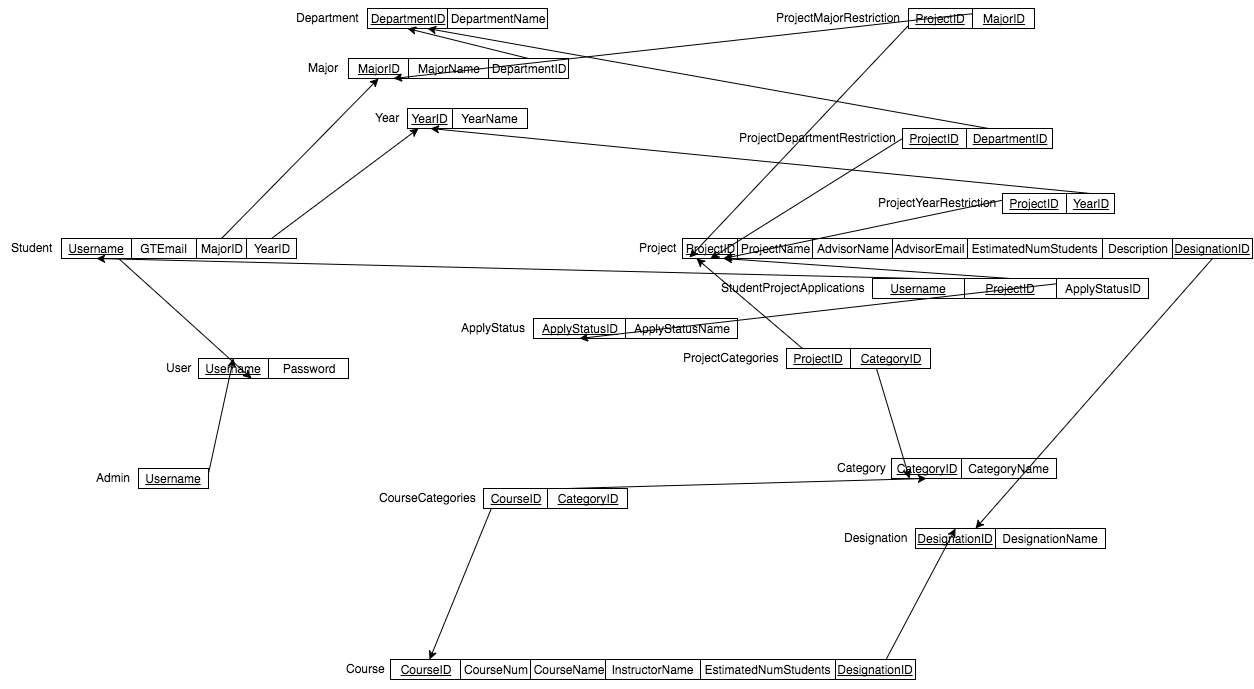
Earlier version of the draw.io export phase2/RelationalSchemaDiagram.png (lusean/CS4400-Project). Source tidied: cells renumbered, new cells last; positions are measured from the earlier drawing's top-left corner, leaving out a move shared by most shapes.
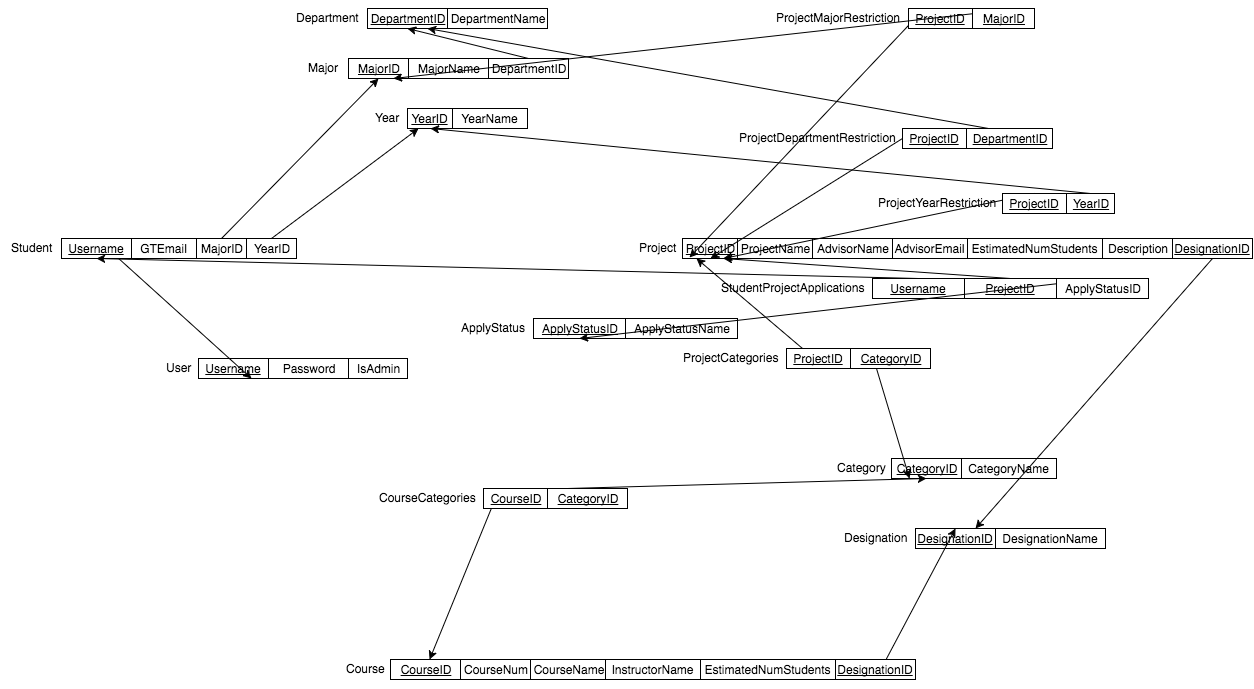
The same file after the commit.

Commit message:
remove admin table, add admin flag to user table

Change to the diagram source:
```diff
@@ -35,15 +35,6 @@
     <mxCell id="12" value="User" style="text;html=1;align=center;verticalAlign=top;spacingTop=-4;" parent="1" vertex="1">
       <mxGeometry x="157" y="350" width="40" height="20" as="geometry" />
     </mxCell>
-    <mxCell id="13" style="edgeStyle=none;rounded=0;comic=0;html=1;exitX=1;exitY=0.25;entryX=0.5;entryY=0;shadow=0;startFill=0;endFill=1;jettySize=auto;fontSize=20;fontColor=#666666;" parent="1" edge="1" source="14" target="10">
-      <mxGeometry relative="1" as="geometry" />
-    </mxCell>
-    <mxCell id="14" value="Username" style="whiteSpace=wrap;html=1;fontStyle=4;" parent="1" vertex="1">
-      <mxGeometry x="137" y="460" width="70" height="20" as="geometry" />
-    </mxCell>
-    <mxCell id="15" value="Admin" style="text;html=1;align=center;verticalAlign=top;spacingTop=-4;" parent="1" vertex="1">
-      <mxGeometry x="87" y="460" width="50" height="20" as="geometry" />
-    </mxCell>
     <mxCell id="16" style="edgeStyle=none;rounded=0;comic=0;html=1;exitX=0.5;exitY=0;entryX=0.75;entryY=1;shadow=0;startFill=0;endFill=1;jettySize=auto;fontSize=20;fontColor=#666666;" parent="1" edge="1" source="17" target="10">
       <mxGeometry relative="1" as="geometry" />
     </mxCell>
@@ -257,5 +248,8 @@
     <mxCell id="86" value="CourseID" style="whiteSpace=wrap;html=1;fontStyle=4;" parent="1" vertex="1">
       <mxGeometry x="389" y="651" width="70" height="20" as="geometry" />
     </mxCell>
+    <mxCell id="87" value="IsAdmin" style="whiteSpace=wrap;html=1;" parent="1" vertex="1">
+      <mxGeometry x="347" y="350" width="59" height="20" as="geometry" />
+    </mxCell>
   </root>
 </mxGraphModel>
```
